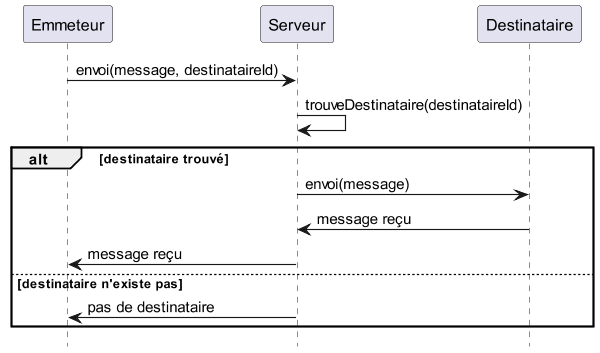
This is S3/assets/build/Retour.png from thomasGuibert/Cours-Design, a PlantUML export, as it was before one commit. Its diagram source:
```plantuml
@startuml Retour
scale 600*600
hide footbox

Emmeteur -> Serveur: envoi(message, destinataireId)
Serveur -> Serveur: trouveDestinataire(destinataireId)
alt destinataire trouvé
Serveur -> Destinataire: envoi(message)
Destinataire -> Serveur: message reçu
Serveur -> Emmeteur: message reçu
else destinataire n'existe pas
Serveur -> Emmeteur: pas de destinataire
end
@enduml
```
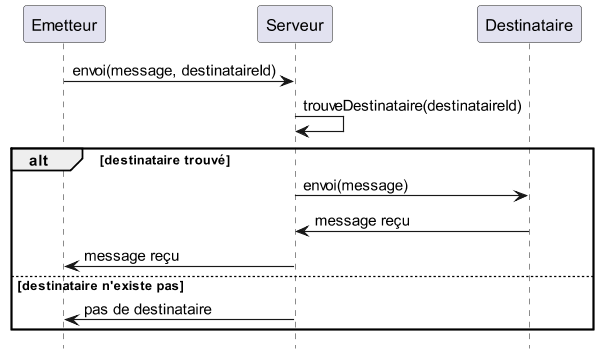
The same file after the commit.

Commit message:
fix emmeteur to emetteur

What changed in the source:
```diff
@@ -2,13 +2,13 @@
 scale 600*600
 hide footbox
 
-Emmeteur -> Serveur: envoi(message, destinataireId)
+Emetteur -> Serveur: envoi(message, destinataireId)
 Serveur -> Serveur: trouveDestinataire(destinataireId)
 alt destinataire trouvé
 Serveur -> Destinataire: envoi(message)
 Destinataire -> Serveur: message reçu
-Serveur -> Emmeteur: message reçu
+Serveur -> Emetteur: message reçu
 else destinataire n'existe pas
-Serveur -> Emmeteur: pas de destinataire
+Serveur -> Emetteur: pas de destinataire
 end
 @enduml
```
